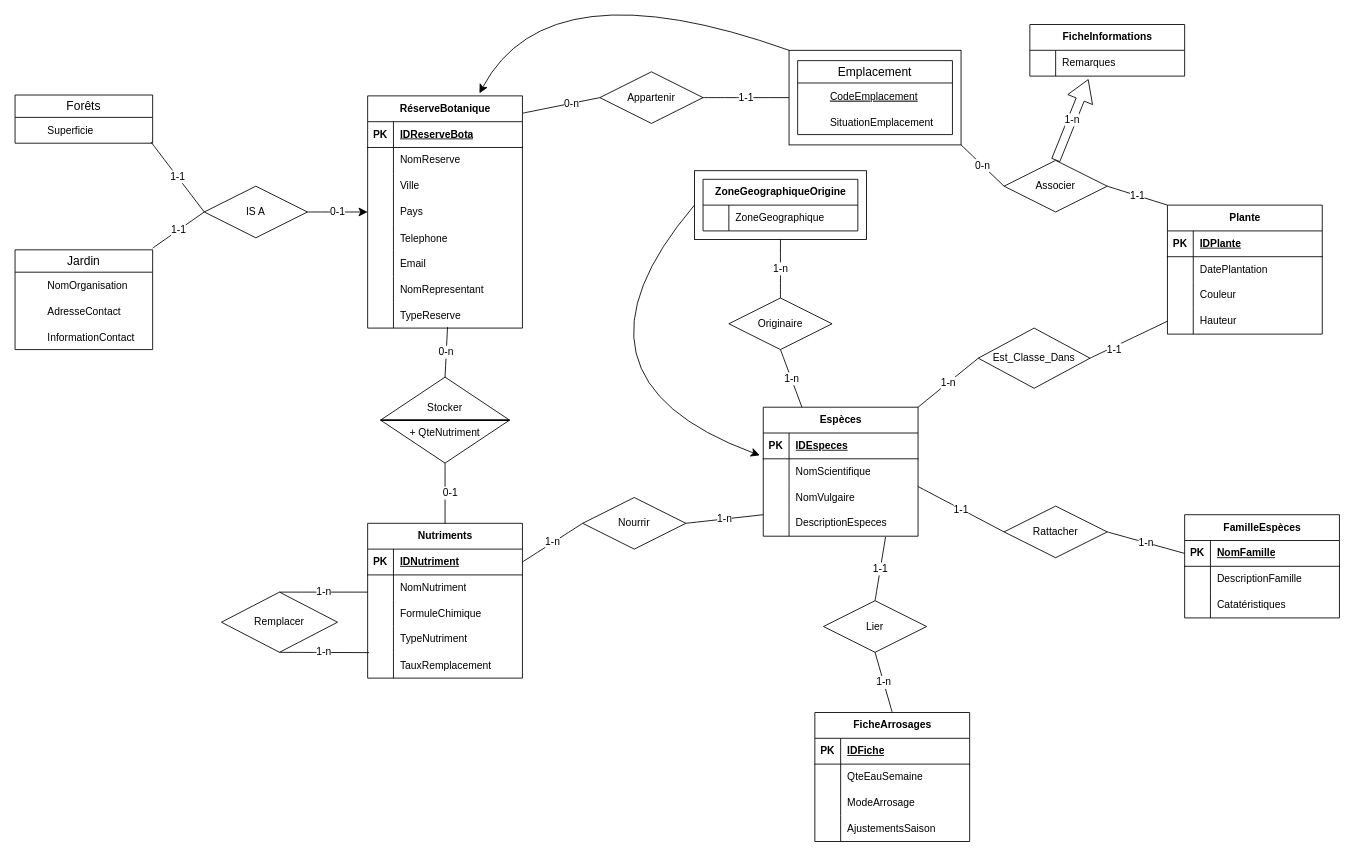
The draw.io diagram SAE3/test.drawio in korasrar/Work, before the edit. Source tidied: cells renumbered, new cells numbered last; positions are measured from the earlier drawing's top-left corner, leaving out a move shared by most shapes. Both pictures are drawn from the tidied source at 86%, with x=0, y=0 at pixel (15, -36).
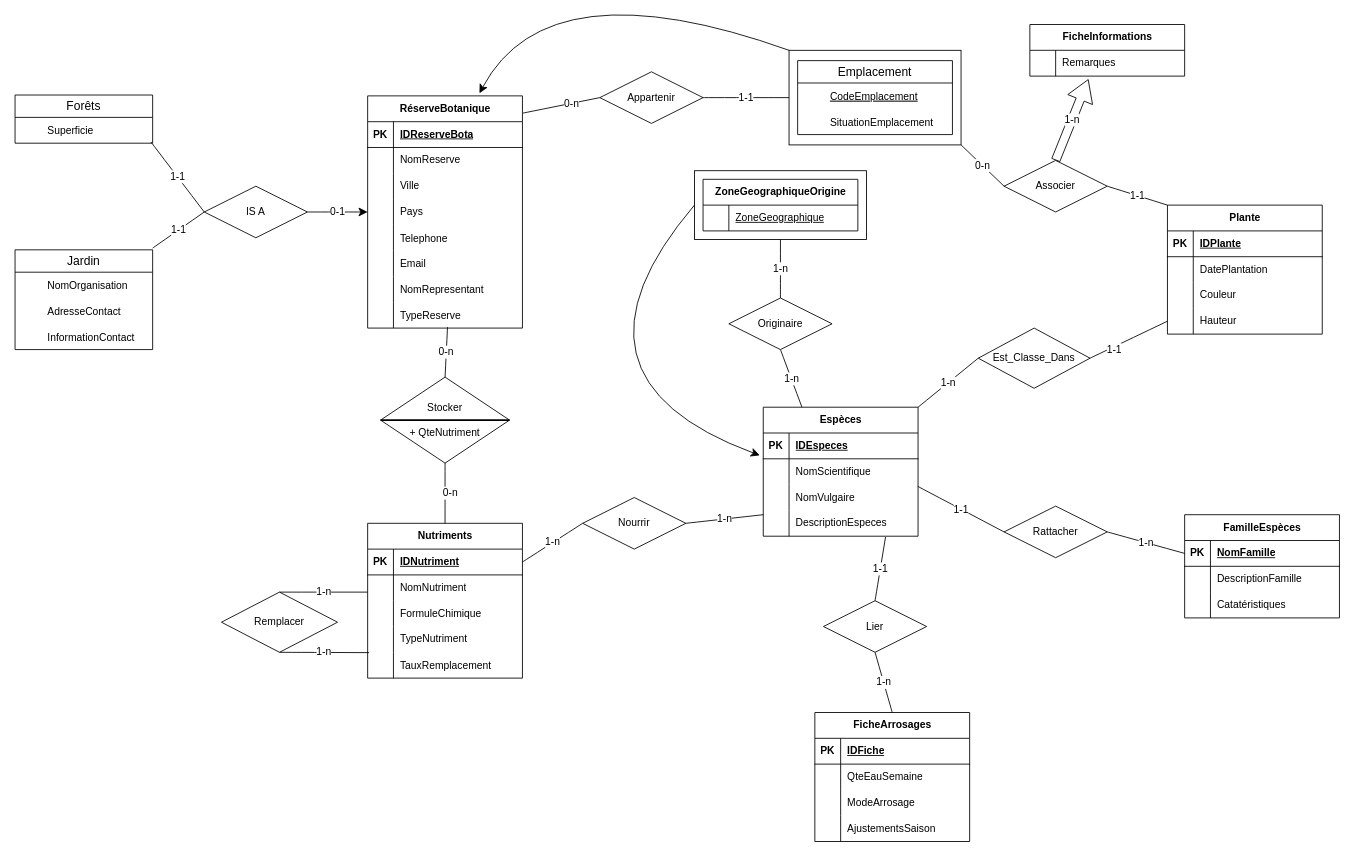
Above is the later version.

The change refers to these unchanged cells:
```xml
<mxCell id="77" style="endArrow=none;html=1;rounded=0;fontSize=12;startSize=8;endSize=8;curved=1;entryX=0.5;entryY=0;entryDx=0;entryDy=0;exitX=0.5;exitY=1;exitDx=0;exitDy=0;" parent="1" edge="1" source="75" target="56">
  <mxGeometry relative="1" as="geometry" />
</mxCell>
<mxCell id="140" style="shape=tableRow;horizontal=0;startSize=0;swimlaneHead=0;swimlaneBody=0;fillColor=none;top=0;left=0;right=0;bottom=0;" parent="139" vertex="1">
  <mxGeometry y="30" width="180" height="30" as="geometry" />
</mxCell>
```

The edit, as a diff of the source:
```diff
@@
-    <mxCell id="78" value="0-1" style="edgeLabel;html=1;align=center;verticalAlign=middle;fontSize=12;" parent="77" vertex="1">
+    <mxCell id="78" value="0-n" style="edgeLabel;html=1;align=center;verticalAlign=middle;fontSize=12;" parent="77" vertex="1">
       <mxGeometry x="-0.04" y="5" relative="1" as="geometry" />
     </mxCell>
@@
-    <mxCell id="142" value="ZoneGeographique" style="shape=partialRectangle;fillColor=none;top=0;left=0;bottom=0;right=0;align=left;spacingLeft=6;overflow=hidden;whiteSpace=wrap;html=1;" parent="140" vertex="1">
+    <mxCell id="142" value="&lt;u&gt;ZoneGeographique&lt;/u&gt;" style="shape=partialRectangle;fillColor=none;top=0;left=0;bottom=0;right=0;align=left;spacingLeft=6;overflow=hidden;whiteSpace=wrap;html=1;" parent="140" vertex="1">
       <mxGeometry x="30" width="150" height="30" as="geometry" />
     </mxCell>
```
